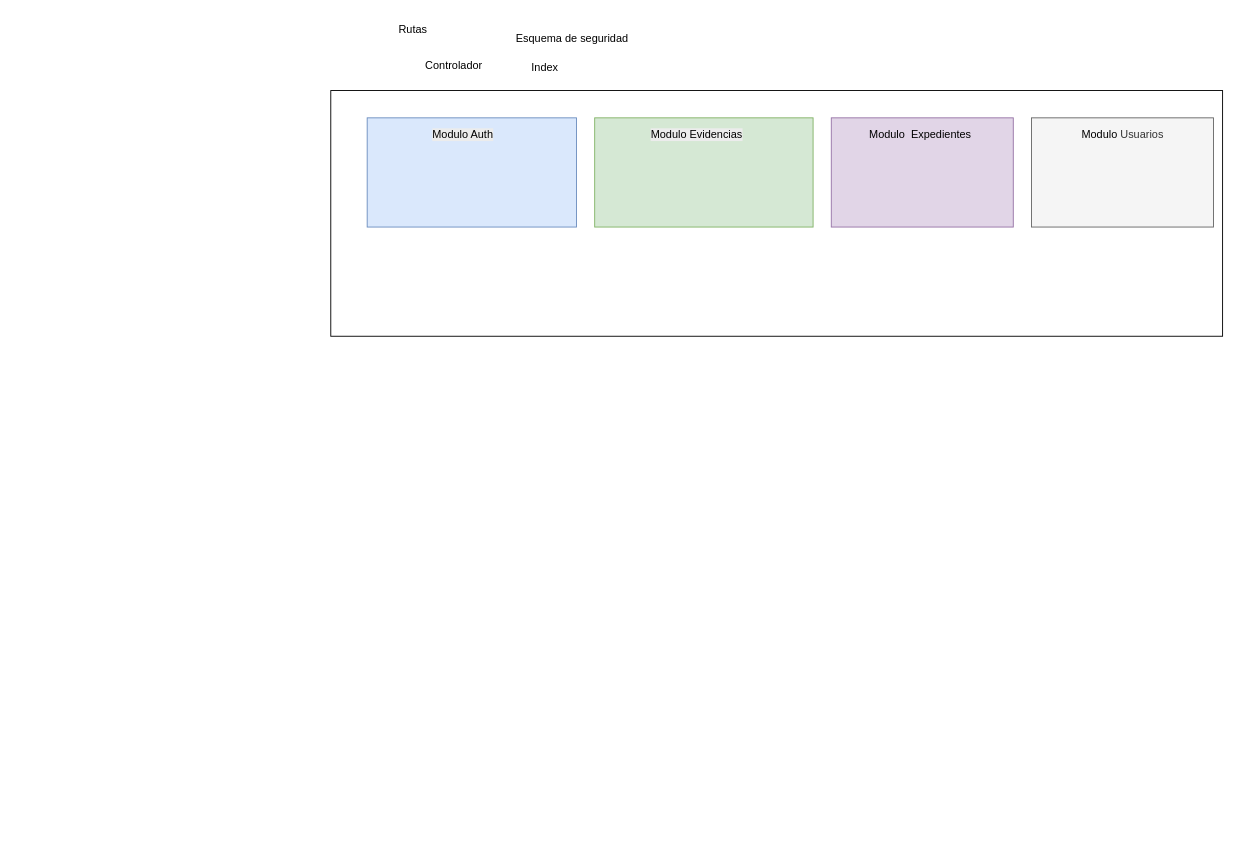
Above: page "Arquitectura de componentes" (2 of 2) of DiagramaDeArquitectura.drawio in danielvh01/gestor_evidencias_sw (draw.io), before the change. Source tidied: cells renumbered, new cells numbered last; positions are measured from the earlier drawing's top-left corner, leaving out a move shared by most shapes. Both pictures are drawn from the tidied source at 91%, with x=0, y=0 at pixel (330, 15).
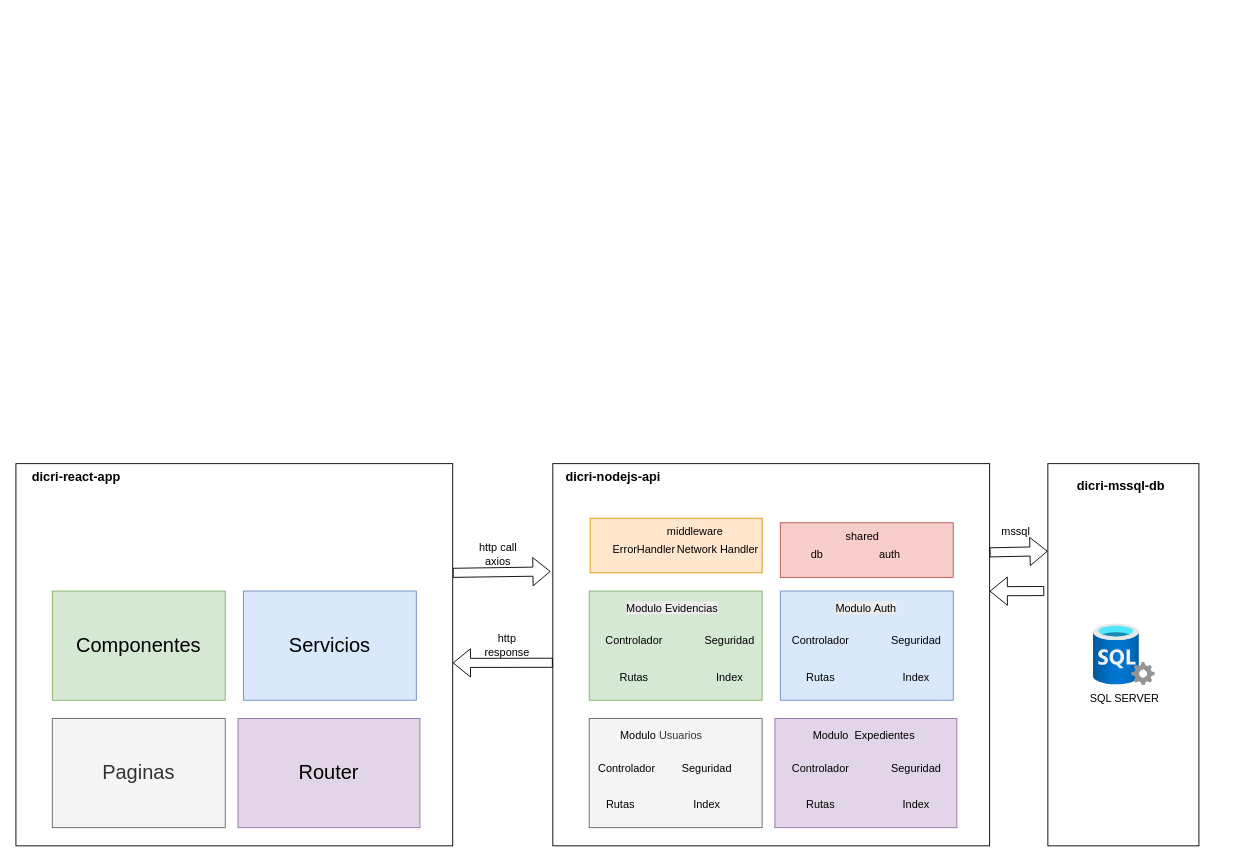
Above is the later version.

Commit message (it also covers changes not shown here):
feat: adicion de diagrama de arqui e infra

Change to the diagram source:
```diff
@@
-    <mxCell id="2" style="rounded=0;whiteSpace=wrap;html=1;" parent="1" vertex="1">
-      <mxGeometry y="82" width="980" height="270" as="geometry" />
-    </mxCell>
+    <mxCell id="15" style="rounded=0;whiteSpace=wrap;html=1;" parent="1" vertex="1">
+      <mxGeometry x="244" y="492" width="480" height="420" as="geometry" />
+    </mxCell>
     <mxCell id="3" style="rounded=0;whiteSpace=wrap;html=1;fillColor=#dae8fc;strokeColor=#6c8ebf;" parent="1" vertex="1">
-      <mxGeometry x="40" y="112" width="230" height="120" as="geometry" />
+      <mxGeometry x="494" y="632" width="190" height="120" as="geometry" />
     </mxCell>
     <mxCell id="4" style="rounded=0;whiteSpace=wrap;html=1;fillColor=#d5e8d4;strokeColor=#82b366;" parent="1" vertex="1">
-      <mxGeometry x="290" y="112" width="240" height="120" as="geometry" />
+      <mxGeometry x="284" y="632" width="190" height="120" as="geometry" />
     </mxCell>
     <mxCell id="5" style="rounded=0;whiteSpace=wrap;html=1;fillColor=#e1d5e7;strokeColor=#9673a6;" parent="1" vertex="1">
-      <mxGeometry x="550" y="112" width="200" height="120" as="geometry" />
+      <mxGeometry x="488" y="772" width="200" height="120" as="geometry" />
     </mxCell>
     <mxCell id="6" style="rounded=0;whiteSpace=wrap;html=1;fillColor=#f5f5f5;strokeColor=#666666;fontColor=#333333;" parent="1" vertex="1">
-      <mxGeometry x="770" y="112" width="200" height="120" as="geometry" />
+      <mxGeometry x="284" y="772" width="190" height="120" as="geometry" />
     </mxCell>
     <mxCell id="7" value="&lt;span style=&quot;color: rgb(0, 0, 0); font-family: Helvetica; font-size: 12px; font-style: normal; font-variant-ligatures: normal; font-variant-caps: normal; font-weight: 400; letter-spacing: normal; orphans: 2; text-align: center; text-indent: 0px; text-transform: none; widows: 2; word-spacing: 0px; -webkit-text-stroke-width: 0px; white-space: normal; background-color: rgb(236, 236, 236); text-decoration-thickness: initial; text-decoration-style: initial; text-decoration-color: initial; display: inline !important; float: none;&quot;&gt;Modulo Evidencias&lt;/span&gt;" style="text;whiteSpace=wrap;html=1;" parent="1" vertex="1">
-      <mxGeometry x="350" y="117" width="130" height="40" as="geometry" />
+      <mxGeometry x="323" y="637" width="130" height="40" as="geometry" />
     </mxCell>
     <mxCell id="8" value="&lt;span style=&quot;color: rgb(0, 0, 0); font-family: Helvetica; font-size: 12px; font-style: normal; font-variant-ligatures: normal; font-variant-caps: normal; font-weight: 400; letter-spacing: normal; orphans: 2; text-align: center; text-indent: 0px; text-transform: none; widows: 2; word-spacing: 0px; -webkit-text-stroke-width: 0px; white-space: normal; background-color: rgb(236, 236, 236); text-decoration-thickness: initial; text-decoration-style: initial; text-decoration-color: initial; float: none; display: inline !important;&quot;&gt;Modulo Auth&lt;/span&gt;" style="text;whiteSpace=wrap;html=1;" parent="1" vertex="1">
-      <mxGeometry x="110" y="117" width="130" height="40" as="geometry" />
+      <mxGeometry x="553" y="637" width="130" height="40" as="geometry" />
     </mxCell>
     <mxCell id="9" value="&lt;span style=&quot;text-align: center;&quot;&gt;Modulo&amp;nbsp; Expedientes&lt;/span&gt;" style="text;whiteSpace=wrap;html=1;" parent="1" vertex="1">
-      <mxGeometry x="590" y="117" width="130" height="40" as="geometry" />
+      <mxGeometry x="528" y="777" width="130" height="40" as="geometry" />
     </mxCell>
     <mxCell id="10" value="&lt;span style=&quot;color: rgb(51, 51, 51); text-align: center;&quot;&gt;&amp;nbsp;&lt;/span&gt;&lt;span style=&quot;text-align: center; color: rgb(0, 0, 0);&quot;&gt;Modulo&amp;nbsp;&lt;/span&gt;&lt;span style=&quot;color: rgb(51, 51, 51); text-align: center;&quot;&gt;Usuarios&lt;/span&gt;" style="text;whiteSpace=wrap;html=1;" parent="1" vertex="1">
-      <mxGeometry x="820" y="117" width="130" height="40" as="geometry" />
+      <mxGeometry x="313" y="777" width="130" height="40" as="geometry" />
     </mxCell>
     <mxCell id="11" value="Rutas" style="text;html=1;align=center;verticalAlign=middle;strokeColor=none;fillColor=none;" parent="1" vertex="1">
-      <mxGeometry x="65" width="50" height="30" as="geometry" />
+      <mxGeometry x="513" y="712" width="50" height="30" as="geometry" />
     </mxCell>
     <mxCell id="12" value="Controlador" style="text;html=1;align=center;verticalAlign=middle;strokeColor=none;fillColor=none;" parent="1" vertex="1">
-      <mxGeometry x="90" y="40" width="90" height="30" as="geometry" />
+      <mxGeometry x="493" y="672" width="90" height="30" as="geometry" />
     </mxCell>
-    <mxCell id="13" value="Esquema de seguridad" style="text;html=1;align=center;verticalAlign=middle;strokeColor=none;fillColor=none;" parent="1" vertex="1">
-      <mxGeometry x="190" y="10" width="150" height="30" as="geometry" />
+    <mxCell id="13" value="Seguridad" style="text;html=1;align=center;verticalAlign=middle;strokeColor=none;fillColor=none;" parent="1" vertex="1">
+      <mxGeometry x="603" y="672" width="80" height="30" as="geometry" />
     </mxCell>
-    <mxCell id="14" value="Index" style="text;html=1;align=center;verticalAlign=middle;strokeColor=none;fillColor=none;" parent="1" vertex="1">
-      <mxGeometry x="210" y="42" width="50" height="30" as="geometry" />
-    </mxCell>
+    <mxCell id="16" value="Index" style="text;html=1;align=center;verticalAlign=middle;strokeColor=none;fillColor=none;" parent="1" vertex="1">
+      <mxGeometry x="618" y="712" width="50" height="30" as="geometry" />
+    </mxCell>
+    <mxCell id="17" value="Rutas" style="text;html=1;align=center;verticalAlign=middle;strokeColor=none;fillColor=none;" parent="1" vertex="1">
+      <mxGeometry x="308" y="712" width="50" height="30" as="geometry" />
+    </mxCell>
+    <mxCell id="18" value="Controlador" style="text;html=1;align=center;verticalAlign=middle;strokeColor=none;fillColor=none;" parent="1" vertex="1">
+      <mxGeometry x="288" y="672" width="90" height="30" as="geometry" />
+    </mxCell>
+    <mxCell id="19" value="Seguridad" style="text;html=1;align=center;verticalAlign=middle;strokeColor=none;fillColor=none;" parent="1" vertex="1">
+      <mxGeometry x="398" y="672" width="80" height="30" as="geometry" />
+    </mxCell>
+    <mxCell id="20" value="Index" style="text;html=1;align=center;verticalAlign=middle;strokeColor=none;fillColor=none;" parent="1" vertex="1">
+      <mxGeometry x="413" y="712" width="50" height="30" as="geometry" />
+    </mxCell>
+    <mxCell id="21" value="Rutas" style="text;html=1;align=center;verticalAlign=middle;strokeColor=none;fillColor=none;" parent="1" vertex="1">
+      <mxGeometry x="513" y="852" width="50" height="30" as="geometry" />
+    </mxCell>
+    <mxCell id="22" value="Controlador" style="text;html=1;align=center;verticalAlign=middle;strokeColor=none;fillColor=none;" parent="1" vertex="1">
+      <mxGeometry x="493" y="812" width="90" height="30" as="geometry" />
+    </mxCell>
+    <mxCell id="23" value="Seguridad" style="text;html=1;align=center;verticalAlign=middle;strokeColor=none;fillColor=none;" parent="1" vertex="1">
+      <mxGeometry x="603" y="812" width="80" height="30" as="geometry" />
+    </mxCell>
+    <mxCell id="24" value="Index" style="text;html=1;align=center;verticalAlign=middle;strokeColor=none;fillColor=none;" parent="1" vertex="1">
+      <mxGeometry x="618" y="852" width="50" height="30" as="geometry" />
+    </mxCell>
+    <mxCell id="25" value="Rutas" style="text;html=1;align=center;verticalAlign=middle;strokeColor=none;fillColor=none;" parent="1" vertex="1">
+      <mxGeometry x="293" y="852" width="50" height="30" as="geometry" />
+    </mxCell>
+    <mxCell id="26" value="Controlador" style="text;html=1;align=center;verticalAlign=middle;strokeColor=none;fillColor=none;" parent="1" vertex="1">
+      <mxGeometry x="280" y="812" width="90" height="30" as="geometry" />
+    </mxCell>
+    <mxCell id="27" value="Seguridad" style="text;html=1;align=center;verticalAlign=middle;strokeColor=none;fillColor=none;" parent="1" vertex="1">
+      <mxGeometry x="373" y="812" width="80" height="30" as="geometry" />
+    </mxCell>
+    <mxCell id="28" value="Index" style="text;html=1;align=center;verticalAlign=middle;strokeColor=none;fillColor=none;" parent="1" vertex="1">
+      <mxGeometry x="388" y="852" width="50" height="30" as="geometry" />
+    </mxCell>
+    <mxCell id="29" value="dicri-nodejs-api" style="text;html=1;align=center;verticalAlign=middle;strokeColor=none;fillColor=none;fontStyle=1;fontSize=14;" parent="1" vertex="1">
+      <mxGeometry x="250" y="492" width="120" height="30" as="geometry" />
+    </mxCell>
+    <mxCell id="30" style="rounded=0;whiteSpace=wrap;html=1;fillColor=#ffe6cc;strokeColor=#d79b00;" parent="1" vertex="1">
+      <mxGeometry x="285" y="552" width="189" height="60" as="geometry" />
+    </mxCell>
+    <mxCell id="31" value="middleware" style="text;html=1;align=center;verticalAlign=middle;strokeColor=none;fillColor=none;" parent="1" vertex="1">
+      <mxGeometry x="360" y="552" width="80" height="30" as="geometry" />
+    </mxCell>
+    <mxCell id="32" value="ErrorHandler" style="text;html=1;align=center;verticalAlign=middle;strokeColor=none;fillColor=none;" parent="1" vertex="1">
+      <mxGeometry x="299" y="572" width="90" height="30" as="geometry" />
+    </mxCell>
+    <mxCell id="33" value="Network Handler" style="text;html=1;align=center;verticalAlign=middle;strokeColor=none;fillColor=none;" parent="1" vertex="1">
+      <mxGeometry x="370" y="572" width="110" height="30" as="geometry" />
+    </mxCell>
+    <mxCell id="34" style="shape=flexArrow;endArrow=classic;html=1;rounded=0;entryX=-0.005;entryY=0.282;entryDx=0;entryDy=0;entryPerimeter=0;" parent="1" edge="1" target="15">
+      <mxGeometry relative="1" as="geometry">
+        <mxPoint x="134" y="612" as="sourcePoint" />
+      </mxGeometry>
+    </mxCell>
+    <mxCell id="35" style="shape=flexArrow;endArrow=classic;html=1;rounded=0;" parent="1" edge="1">
+      <mxGeometry relative="1" as="geometry">
+        <mxPoint x="244" y="710.8" as="sourcePoint" />
+        <mxPoint x="134" y="711" as="targetPoint" />
+      </mxGeometry>
+    </mxCell>
+    <mxCell id="36" style="rounded=0;whiteSpace=wrap;html=1;fillColor=#f8cecc;strokeColor=#b85450;" parent="1" vertex="1">
+      <mxGeometry x="494" y="557" width="190" height="60" as="geometry" />
+    </mxCell>
+    <mxCell id="37" value="shared" style="text;html=1;align=center;verticalAlign=middle;strokeColor=none;fillColor=none;" parent="1" vertex="1">
+      <mxGeometry x="554" y="557" width="60" height="30" as="geometry" />
+    </mxCell>
+    <mxCell id="38" value="db" style="text;html=1;align=center;verticalAlign=middle;strokeColor=none;fillColor=none;" parent="1" vertex="1">
+      <mxGeometry x="514" y="577" width="40" height="30" as="geometry" />
+    </mxCell>
+    <mxCell id="39" value="auth" style="text;html=1;align=center;verticalAlign=middle;strokeColor=none;fillColor=none;" parent="1" vertex="1">
+      <mxGeometry x="589" y="577" width="50" height="30" as="geometry" />
+    </mxCell>
+    <mxCell id="40" style="rounded=0;whiteSpace=wrap;html=1;" parent="1" vertex="1">
+      <mxGeometry x="-346" y="492" width="480" height="420" as="geometry" />
+    </mxCell>
+    <mxCell id="41" value="Servicios" style="rounded=0;whiteSpace=wrap;html=1;fillColor=#dae8fc;strokeColor=#6c8ebf;fontSize=22;" parent="1" vertex="1">
+      <mxGeometry x="-96" y="632" width="190" height="120" as="geometry" />
+    </mxCell>
+    <mxCell id="42" value="Componentes" style="rounded=0;whiteSpace=wrap;html=1;fillColor=#d5e8d4;strokeColor=#82b366;fontSize=22;" parent="1" vertex="1">
+      <mxGeometry x="-306" y="632" width="190" height="120" as="geometry" />
+    </mxCell>
+    <mxCell id="43" value="Router" style="rounded=0;whiteSpace=wrap;html=1;fillColor=#e1d5e7;strokeColor=#9673a6;fontSize=22;" parent="1" vertex="1">
+      <mxGeometry x="-102" y="772" width="200" height="120" as="geometry" />
+    </mxCell>
+    <mxCell id="44" value="Paginas" style="rounded=0;whiteSpace=wrap;html=1;fillColor=#f5f5f5;strokeColor=#666666;fontColor=#333333;fontSize=22;" parent="1" vertex="1">
+      <mxGeometry x="-306" y="772" width="190" height="120" as="geometry" />
+    </mxCell>
+    <mxCell id="45" value="dicri-react-app" style="text;html=1;align=center;verticalAlign=middle;strokeColor=none;fillColor=none;fontStyle=1;fontSize=14;" parent="1" vertex="1">
+      <mxGeometry x="-335" y="492" width="110" height="30" as="geometry" />
+    </mxCell>
+    <mxCell id="46" value="http call&lt;br&gt;axios" style="text;html=1;align=center;verticalAlign=middle;whiteSpace=wrap;rounded=0;" parent="1" vertex="1">
+      <mxGeometry x="154" y="577" width="60" height="30" as="geometry" />
+    </mxCell>
+    <mxCell id="47" value="http response" style="text;html=1;align=center;verticalAlign=middle;whiteSpace=wrap;rounded=0;" parent="1" vertex="1">
+      <mxGeometry x="164" y="677" width="60" height="30" as="geometry" />
+    </mxCell>
+    <mxCell id="48" style="rounded=0;whiteSpace=wrap;html=1;" parent="1" vertex="1">
+      <mxGeometry x="788" y="492" width="166" height="420" as="geometry" />
+    </mxCell>
+    <mxCell id="49" value="SQL SERVER" style="image;html=1;align=center;fontSize=12;image=img/lib/azure2/databases/SQL_Server.svg;" parent="1" vertex="1">
+      <mxGeometry x="838" y="668" width="68" height="68" as="geometry" />
+    </mxCell>
+    <mxCell id="50" value="dicri-mssql-db" style="text;html=1;align=center;verticalAlign=middle;strokeColor=none;fillColor=none;fontStyle=1;fontSize=14;" parent="1" vertex="1">
+      <mxGeometry x="813" y="502" width="110" height="30" as="geometry" />
+    </mxCell>
+    <mxCell id="51" style="shape=flexArrow;endArrow=classic;html=1;rounded=0;entryX=-0.001;entryY=0.229;entryDx=0;entryDy=0;entryPerimeter=0;" parent="1" edge="1" target="48">
+      <mxGeometry relative="1" as="geometry">
+        <mxPoint x="724" y="589.5" as="sourcePoint" />
+      </mxGeometry>
+    </mxCell>
+    <mxCell id="52" value="mssql" style="text;html=1;align=center;verticalAlign=middle;whiteSpace=wrap;rounded=0;" parent="1" vertex="1">
+      <mxGeometry x="723" y="552" width="60" height="30" as="geometry" />
+    </mxCell>
+    <mxCell id="53" style="shape=flexArrow;endArrow=classic;html=1;rounded=0;" parent="1" edge="1">
+      <mxGeometry relative="1" as="geometry">
+        <mxPoint x="784" y="632" as="sourcePoint" />
+        <mxPoint x="724" y="632.2" as="targetPoint" />
+      </mxGeometry>
+    </mxCell>
```
